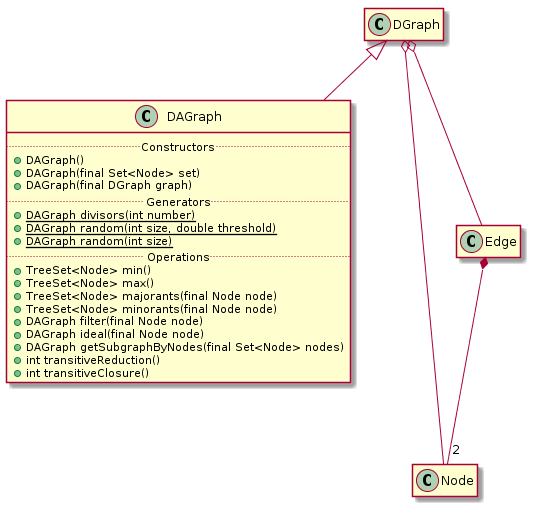
Before: api/dgraph/DAGraph.png, a diagram exported from PlantUML (EstrellaRL/java-lattices).
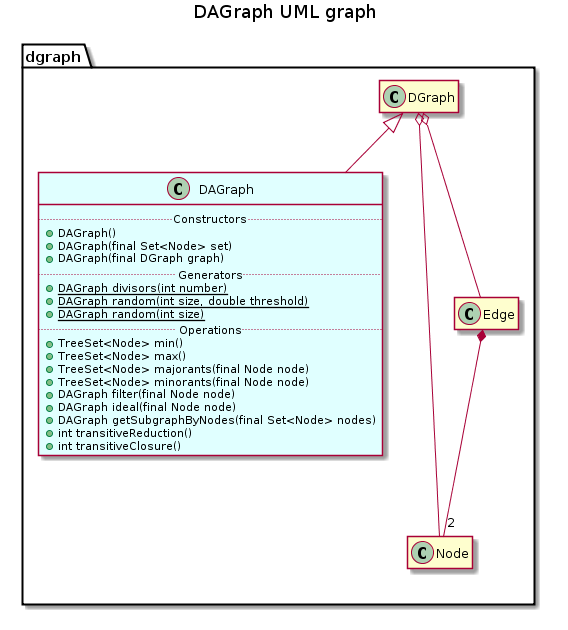
After the commit.

What changed in the source:
```diff
@@ -1,166 +1,146 @@
 @startuml DAGraph.png
-class DAGraph {
-	.. Constructors ..
-    +DAGraph()
-    +DAGraph(final Set<Node> set)
-    +DAGraph(final DGraph graph)
-	.. Generators ..
-    +{static}DAGraph divisors(int number)
-    +{static}DAGraph random(int size, double threshold)
-    +{static}DAGraph random(int size)
-    .. Operations ..
-    +TreeSet<Node> min()
-    +TreeSet<Node> max()
-    +TreeSet<Node> majorants(final Node node)
-    +TreeSet<Node> minorants(final Node node)
-    +DAGraph filter(final Node node)
-    +DAGraph ideal(final Node node)
-    +DAGraph getSubgraphByNodes(final Set<Node> nodes)
-    +int transitiveReduction()
-    +int transitiveClosure()
+package dgraph {
+    class DAGraph {
+        .. Constructors ..
+        +DAGraph()
+        +DAGraph(final Set<Node> set)
+        +DAGraph(final DGraph graph)
+        .. Generators ..
+        +{static}DAGraph divisors(int number)
+        +{static}DAGraph random(int size, double threshold)
+        +{static}DAGraph random(int size)
+        .. Operations ..
+        +TreeSet<Node> min()
+        +TreeSet<Node> max()
+        +TreeSet<Node> majorants(final Node node)
+        +TreeSet<Node> minorants(final Node node)
+        +DAGraph filter(final Node node)
+        +DAGraph ideal(final Node node)
+        +DAGraph getSubgraphByNodes(final Set<Node> nodes)
+        +int transitiveReduction()
+        +int transitiveClosure()
+    }
+
+    DGraph <|-- DAGraph
 }
+package dgraph {
+    class DGraph {
+        -TreeSet<Node> nodes
+        -TreeMap<Node, TreeSet<Edge>> successors
+        -TreeMap<Node, TreeSet<Edge>> predecessors
+        .. Constructors ..
+        +DGraph()
+        +DGraph(final Set<Node> set)
+        +DGraph(final DGraph graph)
+        .. Generators ..
+        +{static}DGraph random(int size, double threshold)
+        +{static}DGraph random(int size)
+        .. Accessors ..
+        +int sizeNodes()
+        +int sizeEdges()
+        +SortedSet<Node> getNodes()
+        +SortedSet<Edge> getEdges()
+        +SortedSet<Edge> getSuccessorEdges(final Node node)
+        +SortedSet<Edge> getPredecessorEdges(final Node node)
+        +TreeSet<Node> getSuccessorNodes(final Node node)
+        +TreeSet<Node> getPredecessorNodes(final Node node)
+        +Edge getEdge(final Node from, final Node to)
+        +Node getNode(final Object search)
+        +Node getNodeByContent(final Object content)
+        +Node getNodeByIdentifier(int identifier)
+        +TreeSet<Node> getSinks()
+        +TreeSet<Node> getWells()
+        #TreeMap<Node, TreeSet<Edge>> getSuccessors()
+        #TreeMap<Node, TreeSet<Edge>> getPredecessors()
+        .. Mutators ..
+        #DGraph setNodes(final TreeSet<Node> nodes)
+        #DGraph setSuccessors(final TreeMap<Node, TreeSet<Edge>> successors)
+        #DGraph setPredecessors(final TreeMap<Node, TreeSet<Edge>> predecessors)
+        .. Predicates ..
+        +boolean containsNode(final Node node)
+        +boolean containsEdge(final Node from, final Node to)
+        +boolean containsEdge(final Edge edge)
+        +boolean isAcyclic()
+        .. Transformers ..
+        +String toString()
+        .. Persistence ..
+        +void writeDot(final String filename)
+        .. Operations ..
+        +boolean addNode(final Node node)
+        +boolean addEdge(final Node from, final Node to, final Object content)
+        +boolean addEdge(final Node from, final Node to)
+        +boolean addEdge(final Edge edge)
+        +boolean removeNode(final Node node)
+        +boolean removeNodes(final Set<Node> nodes)
+        +boolean removeEdge(final Node from, final Node to)
+        +boolean removeEdge(final Edge edge)
+        +ArrayList<Node> topologicalSort()
+        +DGraph getSubgraphByNodes(final Set<Node> nodes)
+        +DGraph getSubgraphByEdges(final Set<Edge> edges)
+        +void complementary()
+        +int reflexiveReduction()
+        +int reflexiveClosure()
+        +int transitiveClosure()
+        +ArrayList<Node>[] depthFirstSearch(Node source, TreeSet<Node> visited, ArrayList<Node> sort)
+        +ArrayList<Node>[] depthFirstSearch()
+        +void transpose()
+        +DAGraph getStronglyConnectedComponent()
+    }
 
-DGraph <|-- DAGraph
+    DGraph o-- Node
+    DGraph o-- Edge
+}
+package dgraph {
+    class Edge {
+        -Node from
+        -Node to
+        -Object content
+        .. Constructors ..
+        +Edge(final Node from, final Node to, final Object content)
+        +Edge(final Node from, final Node to)
+        .. Accessors ..
+        +Node getFrom()
+        +Node getTo()
+        +Object getContent()
+        .. Mutators ..
+        +Edge setContent(final Object content)
+        .. Predicates ..
+        +boolean hasContent()
+        .. Transformers ..
+        +String toString()
+        +String toDot()
+        .. Comparators ..
+        +int compareTo(final Object object)
+    }
 
-class DGraph {
-    -TreeSet<Node> nodes
-    -TreeMap<Node, TreeSet<Edge>> successors
-    -TreeMap<Node, TreeSet<Edge>> predecessors
-	.. Constructors ..
-    +DGraph()
-    +DGraph(final Set<Node> set)
-    +DGraph(final DGraph graph)
-	.. Generators ..
-    +{static}DGraph random(int size, double threshold)
-    +{static}DGraph random(int size)
-	.. Accessors ..
-    +int sizeNodes()
-    +int sizeEdges()
-    +SortedSet<Node> getNodes()
-    +SortedSet<Edge> getEdges()
-    +SortedSet<Edge> getSuccessorEdges(final Node node)
-    +SortedSet<Edge> getPredecessorEdges(final Node node)
-    +TreeSet<Node> getSuccessorNodes(final Node node)
-    +TreeSet<Node> getPredecessorNodes(final Node node)
-    +Edge getEdge(final Node from, final Node to)
-    +Node getNode(final Object search)
-    +Node getNodeByContent(final Object content)
-    +Node getNodeByIdentifier(int identifier)
-    +TreeSet<Node> getSinks()
-    +TreeSet<Node> getWells()
-    #TreeMap<Node, TreeSet<Edge>> getSuccessors()
-    #TreeMap<Node, TreeSet<Edge>> getPredecessors()
-	.. Mutators ..
-    #DGraph setNodes(final TreeSet<Node> nodes)
-    #DGraph setSuccessors(final TreeMap<Node, TreeSet<Edge>> successors)
-    #DGraph setPredecessors(final TreeMap<Node, TreeSet<Edge>> predecessors)
-    .. Predicates ..
-    +boolean containsNode(final Node node)
-    +boolean containsEdge(final Node from, final Node to)
-    +boolean containsEdge(final Edge edge)
-    +boolean isAcyclic()
-	.. Transformers ..
-    +String toString()
-    .. Persistence ..
-    +void writeDot(final String filename)
-	.. Operations ..
-    +boolean addNode(final Node node)
-    +boolean addEdge(final Node from, final Node to, final Object content)
-    +boolean addEdge(final Node from, final Node to)
-    +boolean addEdge(final Edge edge)
-    +boolean removeNode(final Node node)
-    +boolean removeNodes(final Set<Node> nodes)
-    +boolean removeEdge(final Node from, final Node to)
-    +boolean removeEdge(final Edge edge)
-    +ArrayList<Node> topologicalSort()
-    +DGraph getSubgraphByNodes(final Set<Node> nodes)
-    +DGraph getSubgraphByEdges(final Set<Edge> edges)
-    +void complementary()
-    +int reflexiveReduction()
-    +int reflexiveClosure()
-    +int transitiveClosure()
-    +ArrayList<Node>[] depthFirstSearch(Node source, TreeSet<Node> visited, ArrayList<Node> sort)
-    +ArrayList<Node>[] depthFirstSearch()
-    +void transpose()
-    +DAGraph getStronglyConnectedComponent()
+    Edge *-- "2" Node
 }
-
-
-DGraph o-- Node
-DGraph o-- Edge
-
-class Node {
-	-int identifier
-    -Object content
-    -{static} int count = 0
-	.. Constructors ..
-    +Node(final Object content)
-    +Node()
-    +Node(final Node node)
-	.. Creators ..
-    +Node copy()
-	.. Accessors ..
-    +int getIdentifier()
-    +Object getContent()
-	.. Transformers ..
-    +String toString()
-    +String toDot()
-	.. Comparators ..
-    +boolean equals(final Object object)
-    +int hashCode()
-    +int compareTo(final Object object)
+package dgraph {
+    class Node {
+        -int identifier
+        -Object content
+        -{static} int count = 0
+        .. Constructors ..
+        +Node(final Object content)
+        +Node()
+        +Node(final Node node)
+        .. Creators ..
+        +Node copy()
+        .. Accessors ..
+        +int getIdentifier()
+        +Object getContent()
+        .. Transformers ..
+        +String toString()
+        +String toDot()
+        .. Comparators ..
+        +boolean equals(final Object object)
+        +int hashCode()
+        +int compareTo(final Object object)
+    }
 }
-
-class Edge {
-    -Node from
-    -Node to
-    -Object content
-	.. Constructors ..
-    +Edge(final Node from, final Node to, final Object content)
-    +Edge(final Node from, final Node to)
-	.. Accessors ..
-    +Node getFrom()
-    +Node getTo()
-    +Object getContent()
-	.. Mutators ..
-    +Edge setContent(final Object content)
-    .. Predicates ..
-    +boolean hasContent()
-	.. Transformers ..
-    +String toString()
-    +String toDot()
-	.. Comparators ..
-    +int compareTo(final Object object)
-}
-
-Edge *-- "2" Node
-
-class Node {
-	-int identifier
-    -Object content
-    -{static} int count = 0
-	.. Constructors ..
-    +Node(final Object content)
-    +Node()
-    +Node(final Node node)
-	.. Creators ..
-    +Node copy()
-	.. Accessors ..
-    +int getIdentifier()
-    +Object getContent()
-	.. Transformers ..
-    +String toString()
-    +String toDot()
-	.. Comparators ..
-    +boolean equals(final Object object)
-    +int hashCode()
-    +int compareTo(final Object object)
-}
-
-
-
-
 
  hide members
  show DAGraph members
+ class DAGraph #LightCyan
+ title DAGraph UML graph
 @enduml
```
